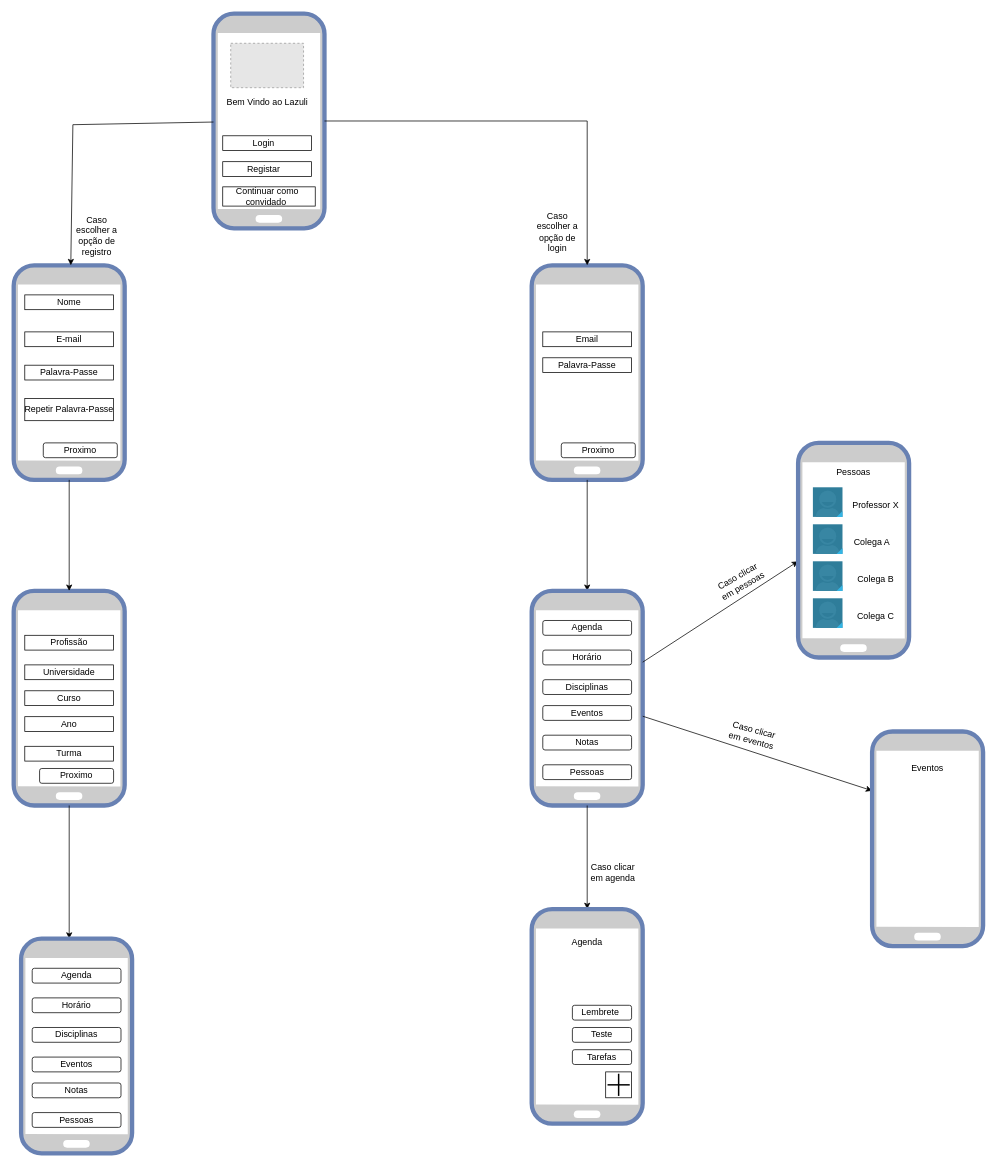
The draw.io diagram Projeto_Mobile-Lazuli.drawio in freshmimnt/Projeto_Mobile, before the edit. Source tidied: cells renumbered, new cells numbered last; positions are measured from the earlier drawing's top-left corner, leaving out a move shared by most shapes. Both pictures are drawn from the tidied source at 74%, with x=0, y=0 at pixel (13, 13). Pictures stored in the file or linked from it are replaced by grey dashed boxes.
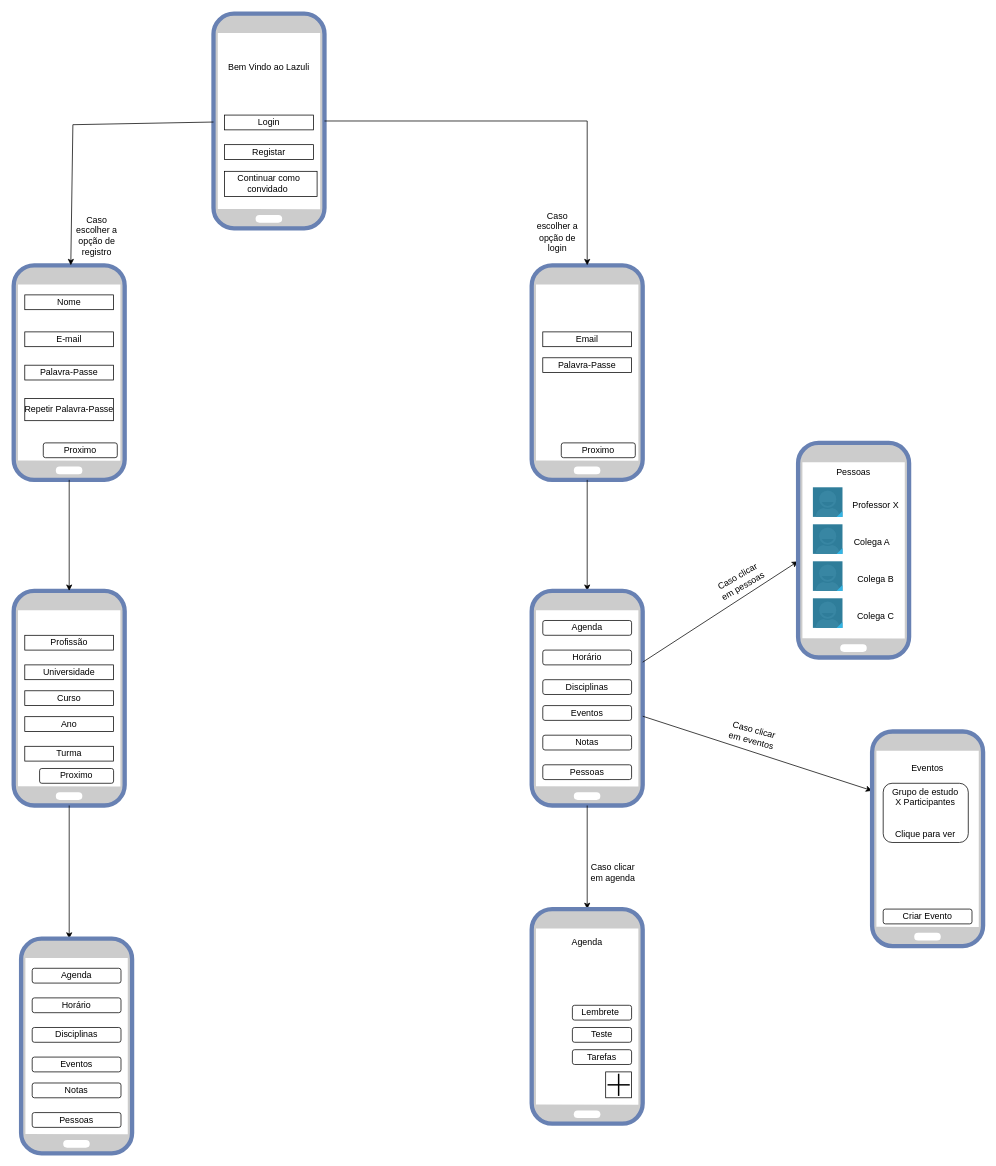
After the change.

Change to the diagram source:
```diff
@@
     <mxCell id="3" style="rounded=0;whiteSpace=wrap;html=1;" parent="1" vertex="1">
-      <mxGeometry x="282.5" y="165" width="120" height="20" as="geometry" />
+      <mxGeometry x="285" y="137" width="120" height="20" as="geometry" />
     </mxCell>
     <mxCell id="4" style="rounded=0;whiteSpace=wrap;html=1;" parent="1" vertex="1">
-      <mxGeometry x="282.5" y="200" width="120" height="20" as="geometry" />
+      <mxGeometry x="285" y="177" width="120" height="20" as="geometry" />
     </mxCell>
     <mxCell id="5" value="Registar" style="text;html=1;strokeColor=none;fillColor=none;align=center;verticalAlign=middle;whiteSpace=wrap;rounded=0;" parent="1" vertex="1">
-      <mxGeometry x="307.5" y="195" width="60" height="30" as="geometry" />
+      <mxGeometry x="315" y="172" width="60" height="30" as="geometry" />
     </mxCell>
     <mxCell id="6" value="Login" style="text;html=1;strokeColor=none;fillColor=none;align=center;verticalAlign=middle;whiteSpace=wrap;rounded=0;" parent="1" vertex="1">
-      <mxGeometry x="307.5" y="160" width="60" height="30" as="geometry" />
+      <mxGeometry x="315" y="132" width="60" height="30" as="geometry" />
     </mxCell>
@@
-    <mxCell id="30" style="fillColor=#E6E6E6;strokeColor=#999999;dashed=1;verticalLabelPosition=bottom;labelBackgroundColor=default;verticalAlign=top;" parent="1" vertex="1">
-      <mxGeometry x="293.3" y="40" width="98.4" height="60" as="geometry" />
-    </mxCell>
@@
     <mxCell id="33" value="Bem Vindo ao Lazuli" style="text;html=1;strokeColor=none;fillColor=none;align=center;verticalAlign=middle;whiteSpace=wrap;rounded=0;" parent="1" vertex="1">
-      <mxGeometry x="282.5" y="105" width="120" height="30" as="geometry" />
+      <mxGeometry x="285" y="57" width="120" height="30" as="geometry" />
     </mxCell>
@@
     <mxCell id="36" style="rounded=0;whiteSpace=wrap;html=1;" parent="1" vertex="1">
-      <mxGeometry x="282.5" y="234" width="125" height="26" as="geometry" />
+      <mxGeometry x="285" y="213" width="125" height="34" as="geometry" />
     </mxCell>
     <mxCell id="37" value="Continuar como convidado&amp;nbsp;" style="text;html=1;strokeColor=none;fillColor=none;align=center;verticalAlign=middle;whiteSpace=wrap;rounded=0;" parent="1" vertex="1">
-      <mxGeometry x="287.5" y="232" width="110" height="30" as="geometry" />
+      <mxGeometry x="290" y="217" width="110" height="24" as="geometry" />
     </mxCell>
@@
+    <mxCell id="89" style="rounded=1;whiteSpace=wrap;html=1;" parent="1" vertex="1">
+      <mxGeometry x="1175" y="1040" width="115" height="80" as="geometry" />
+    </mxCell>
+    <mxCell id="90" value="Grupo de estudo&lt;br&gt;X Participantes&lt;br&gt;&lt;br&gt;&lt;br&gt;Clique para ver" style="text;html=1;strokeColor=none;fillColor=none;align=center;verticalAlign=middle;whiteSpace=wrap;rounded=0;" parent="1" vertex="1">
+      <mxGeometry x="1182.5" y="1060" width="97.5" height="40" as="geometry" />
+    </mxCell>
+    <mxCell id="91" value="Criar Evento" style="rounded=1;whiteSpace=wrap;html=1;" parent="1" vertex="1">
+      <mxGeometry x="1175" y="1210" width="120" height="20" as="geometry" />
+    </mxCell>
```
